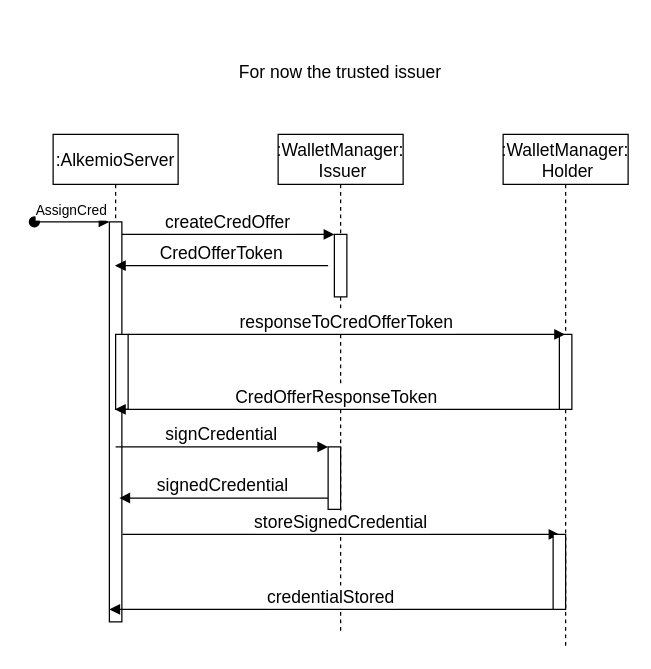
Above: docs/diagrams/credential-issuance.drawio in alkem-io/wallet-manager (draw.io), before the change. Source tidied: cells renumbered, new cells numbered last; positions are measured from the earlier drawing's top-left corner, leaving out a move shared by most shapes. Both pictures are drawn from the tidied source at 125%, with x=0, y=0 at pixel (34, 21).
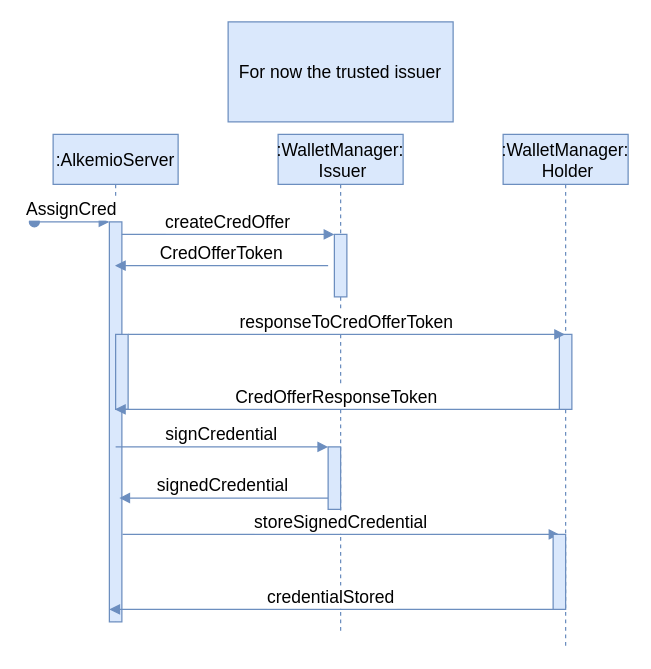
The same page after the edit.

Diff of the diagram source:
```diff
@@
-    <mxCell id="2" value=":AlkemioServer" style="shape=umlLifeline;perimeter=lifelinePerimeter;rounded=0;shadow=0;strokeWidth=1;fontSize=14;" parent="1" vertex="1">
+    <mxCell id="2" value=":AlkemioServer" style="shape=umlLifeline;perimeter=lifelinePerimeter;rounded=0;shadow=0;strokeWidth=1;fontSize=14;fillColor=#dae8fc;strokeColor=#6c8ebf;fontColor=#000000;" parent="1" vertex="1">
       <mxGeometry x="15" y="90" width="100" height="390" as="geometry" />
     </mxCell>
-    <mxCell id="3" style="points=[];perimeter=orthogonalPerimeter;rounded=0;shadow=0;strokeWidth=1;" parent="2" vertex="1">
+    <mxCell id="3" style="points=[];perimeter=orthogonalPerimeter;rounded=0;shadow=0;strokeWidth=1;fillColor=#dae8fc;strokeColor=#6c8ebf;fontColor=#000000;" parent="2" vertex="1">
       <mxGeometry x="45" y="70" width="10" height="320" as="geometry" />
     </mxCell>
-    <mxCell id="4" value="AssignCred" style="verticalAlign=bottom;startArrow=oval;endArrow=block;startSize=8;shadow=0;strokeWidth=1;" parent="2" edge="1" target="3">
+    <mxCell id="4" value="AssignCred" style="verticalAlign=bottom;startArrow=oval;endArrow=block;startSize=8;shadow=0;strokeWidth=1;fillColor=#dae8fc;strokeColor=#6c8ebf;fontColor=#000000;fontSize=14;" parent="2" edge="1" target="3">
       <mxGeometry relative="1" as="geometry">
         <mxPoint x="-15" y="70" as="sourcePoint" />
       </mxGeometry>
     </mxCell>
-    <mxCell id="5" style="perimeter=orthogonalPerimeter;rounded=0;shadow=0;strokeWidth=1;" parent="2" vertex="1">
+    <mxCell id="5" style="perimeter=orthogonalPerimeter;rounded=0;shadow=0;strokeWidth=1;fillColor=#dae8fc;strokeColor=#6c8ebf;fontColor=#000000;" parent="2" vertex="1">
       <mxGeometry x="50" y="160" width="10" height="60" as="geometry" />
     </mxCell>
-    <mxCell id="6" value=":WalletManager:&#10; Issuer" style="shape=umlLifeline;perimeter=lifelinePerimeter;rounded=0;shadow=0;strokeWidth=1;fontSize=14;" parent="1" vertex="1">
+    <mxCell id="6" value=":WalletManager:&#10; Issuer" style="shape=umlLifeline;perimeter=lifelinePerimeter;rounded=0;shadow=0;strokeWidth=1;fontSize=14;fillColor=#dae8fc;strokeColor=#6c8ebf;fontColor=#000000;" parent="1" vertex="1">
       <mxGeometry x="195" y="90" width="100" height="400" as="geometry" />
     </mxCell>
-    <mxCell id="7" style="points=[];perimeter=orthogonalPerimeter;rounded=0;shadow=0;strokeWidth=1;" parent="6" vertex="1">
+    <mxCell id="7" style="points=[];perimeter=orthogonalPerimeter;rounded=0;shadow=0;strokeWidth=1;fillColor=#dae8fc;strokeColor=#6c8ebf;fontColor=#000000;" parent="6" vertex="1">
       <mxGeometry x="45" y="80" width="10" height="50" as="geometry" />
     </mxCell>
-    <mxCell id="8" value="createCredOffer" style="verticalAlign=bottom;endArrow=block;entryX=0;entryY=0;shadow=0;strokeWidth=1;fontSize=14;" parent="1" edge="1" source="3" target="7">
+    <mxCell id="8" value="createCredOffer" style="verticalAlign=bottom;endArrow=block;entryX=0;entryY=0;shadow=0;strokeWidth=1;fontSize=14;fillColor=#dae8fc;strokeColor=#6c8ebf;fontColor=#000000;" parent="1" edge="1" source="3" target="7">
       <mxGeometry relative="1" as="geometry" />
     </mxCell>
-    <mxCell id="9" value="CredOfferToken" style="verticalAlign=bottom;endArrow=block;shadow=0;strokeWidth=1;fontSize=14;" parent="1" edge="1" target="2">
+    <mxCell id="9" value="CredOfferToken" style="verticalAlign=bottom;endArrow=block;shadow=0;strokeWidth=1;fontSize=14;fillColor=#dae8fc;strokeColor=#6c8ebf;fontColor=#000000;" parent="1" edge="1" target="2">
       <mxGeometry relative="1" as="geometry">
         <mxPoint x="235" y="195" as="sourcePoint" />
       </mxGeometry>
     </mxCell>
-    <mxCell id="10" value=":WalletManager:&#10; Holder" style="shape=umlLifeline;perimeter=lifelinePerimeter;rounded=0;shadow=0;strokeWidth=1;fontSize=14;" parent="1" vertex="1">
+    <mxCell id="10" value=":WalletManager:&#10; Holder" style="shape=umlLifeline;perimeter=lifelinePerimeter;rounded=0;shadow=0;strokeWidth=1;fontSize=14;fillColor=#dae8fc;strokeColor=#6c8ebf;fontColor=#000000;" parent="1" vertex="1">
       <mxGeometry x="375" y="90" width="100" height="410" as="geometry" />
     </mxCell>
-    <mxCell id="11" style="perimeter=orthogonalPerimeter;rounded=0;shadow=0;strokeWidth=1;" parent="10" vertex="1">
+    <mxCell id="11" style="perimeter=orthogonalPerimeter;rounded=0;shadow=0;strokeWidth=1;fillColor=#dae8fc;strokeColor=#6c8ebf;fontColor=#000000;" parent="10" vertex="1">
       <mxGeometry x="45" y="160" width="10" height="60" as="geometry" />
     </mxCell>
-    <mxCell id="12" value="responseToCredOfferToken" style="verticalAlign=bottom;endArrow=block;shadow=0;strokeWidth=1;fontSize=14;" parent="1" edge="1" target="10">
+    <mxCell id="12" value="responseToCredOfferToken" style="verticalAlign=bottom;endArrow=block;shadow=0;strokeWidth=1;fontSize=14;fillColor=#dae8fc;strokeColor=#6c8ebf;fontColor=#000000;" parent="1" edge="1" target="10">
       <mxGeometry relative="1" as="geometry">
         <mxPoint x="75" y="250" as="sourcePoint" />
       </mxGeometry>
     </mxCell>
-    <mxCell id="13" value="CredOfferResponseToken" style="verticalAlign=bottom;endArrow=block;shadow=0;strokeWidth=1;fontSize=14;" parent="1" edge="1" target="2">
+    <mxCell id="13" value="CredOfferResponseToken" style="verticalAlign=bottom;endArrow=block;shadow=0;strokeWidth=1;fontSize=14;fillColor=#dae8fc;strokeColor=#6c8ebf;fontColor=#000000;" parent="1" edge="1" target="2">
       <mxGeometry relative="1" as="geometry">
         <mxPoint x="420" y="310" as="sourcePoint" />
       </mxGeometry>
     </mxCell>
-    <mxCell id="14" value="For now the trusted issuer" style="text;html=1;strokeColor=none;fillColor=none;align=center;verticalAlign=middle;whiteSpace=wrap;rounded=0;fontSize=14;" parent="1" vertex="1">
+    <mxCell id="14" value="For now the trusted issuer" style="text;html=1;strokeColor=#6c8ebf;fillColor=#dae8fc;align=center;verticalAlign=middle;whiteSpace=wrap;rounded=0;fontSize=14;fontColor=#000000;" parent="1" vertex="1">
       <mxGeometry x="155" width="180" height="80" as="geometry" />
     </mxCell>
-    <mxCell id="15" style="points=[];perimeter=orthogonalPerimeter;rounded=0;shadow=0;strokeWidth=1;" parent="1" vertex="1">
+    <mxCell id="15" style="points=[];perimeter=orthogonalPerimeter;rounded=0;shadow=0;strokeWidth=1;fillColor=#dae8fc;strokeColor=#6c8ebf;fontColor=#000000;" parent="1" vertex="1">
       <mxGeometry x="235" y="340" width="10" height="50" as="geometry" />
     </mxCell>
-    <mxCell id="16" value="signCredential" style="verticalAlign=bottom;endArrow=block;entryX=0;entryY=0;shadow=0;strokeWidth=1;fontSize=14;" parent="1" edge="1" target="15">
+    <mxCell id="16" value="signCredential" style="verticalAlign=bottom;endArrow=block;entryX=0;entryY=0;shadow=0;strokeWidth=1;fontSize=14;fillColor=#dae8fc;strokeColor=#6c8ebf;fontColor=#000000;" parent="1" edge="1" target="15">
       <mxGeometry relative="1" as="geometry">
         <mxPoint x="65" y="340" as="sourcePoint" />
       </mxGeometry>
     </mxCell>
-    <mxCell id="17" value="signedCredential" style="verticalAlign=bottom;endArrow=block;entryX=1.3;entryY=0.268;shadow=0;strokeWidth=1;fontSize=14;entryDx=0;entryDy=0;entryPerimeter=0;" parent="1" edge="1" source="15">
+    <mxCell id="17" value="signedCredential" style="verticalAlign=bottom;endArrow=block;entryX=1.3;entryY=0.268;shadow=0;strokeWidth=1;fontSize=14;entryDx=0;entryDy=0;entryPerimeter=0;fillColor=#dae8fc;strokeColor=#6c8ebf;fontColor=#000000;" parent="1" edge="1" source="15">
       <mxGeometry relative="1" as="geometry">
         <mxPoint x="68" y="380.9" as="targetPoint" />
       </mxGeometry>
     </mxCell>
-    <mxCell id="18" value="storeSignedCredential" style="verticalAlign=bottom;endArrow=block;shadow=0;strokeWidth=1;fontSize=14;" parent="1" edge="1">
+    <mxCell id="18" value="storeSignedCredential" style="verticalAlign=bottom;endArrow=block;shadow=0;strokeWidth=1;fontSize=14;fillColor=#dae8fc;strokeColor=#6c8ebf;fontColor=#000000;" parent="1" edge="1">
       <mxGeometry relative="1" as="geometry">
         <mxPoint x="70.5" y="410" as="sourcePoint" />
         <mxPoint x="420" y="410" as="targetPoint" />
       </mxGeometry>
     </mxCell>
-    <mxCell id="19" value="credentialStored" style="verticalAlign=bottom;endArrow=block;shadow=0;strokeWidth=1;fontSize=14;" parent="1" edge="1">
+    <mxCell id="19" value="credentialStored" style="verticalAlign=bottom;endArrow=block;shadow=0;strokeWidth=1;fontSize=14;fillColor=#dae8fc;strokeColor=#6c8ebf;fontColor=#000000;" parent="1" edge="1">
       <mxGeometry relative="1" as="geometry">
         <mxPoint x="415.5" y="470" as="sourcePoint" />
         <mxPoint x="60" y="470" as="targetPoint" />
       </mxGeometry>
     </mxCell>
-    <mxCell id="20" style="perimeter=orthogonalPerimeter;rounded=0;shadow=0;strokeWidth=1;" parent="1" vertex="1">
+    <mxCell id="20" style="perimeter=orthogonalPerimeter;rounded=0;shadow=0;strokeWidth=1;fillColor=#dae8fc;strokeColor=#6c8ebf;fontColor=#000000;" parent="1" vertex="1">
       <mxGeometry x="415" y="410" width="10" height="60" as="geometry" />
     </mxCell>
```
